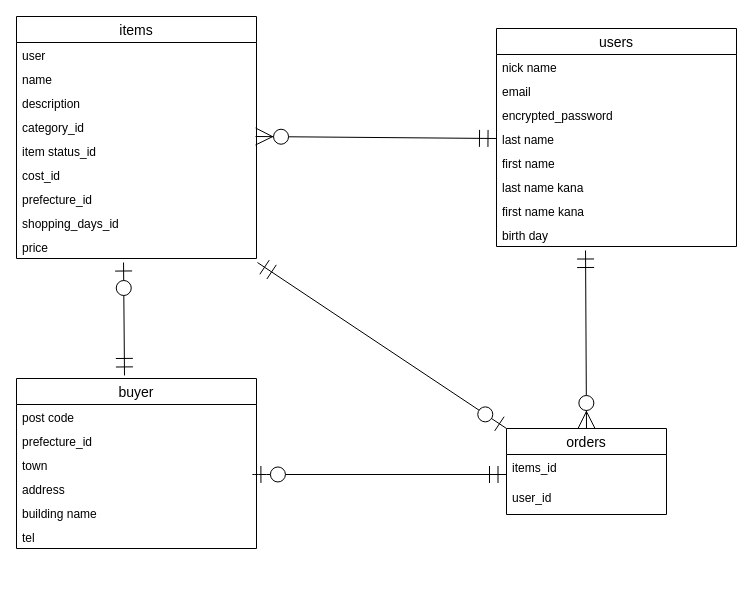
Before: frima.dio in Falendre/furima-39219, a draw.io diagram. Source tidied: cells renumbered, new cells numbered last; positions are measured from the earlier drawing's top-left corner, leaving out a move shared by most shapes. Both pictures are drawn from the tidied source at 100%, with x=0, y=0 at pixel (16, 16).
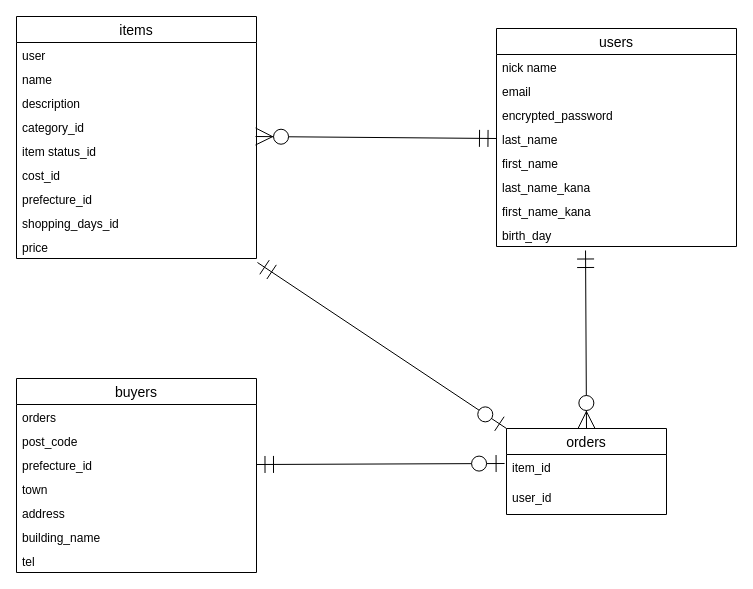
The same diagram, later.

Commit message (it also covers changes not shown here):
ER図　READEME修正２

The change refers to these unchanged cells:
```xml
<mxCell id="2" value="users" style="swimlane;fontStyle=0;horizontal=1;startSize=26;align=center;fontSize=14;" parent="1" vertex="1">
  <mxGeometry x="480" y="12" width="240" height="218" as="geometry" />
</mxCell>
<mxCell id="20" value="price" style="text;strokeColor=none;fillColor=none;spacingLeft=4;spacingRight=4;overflow=hidden;points=[[0,0.5],[1,0.5]];portConstraint=eastwest;fontSize=12;" parent="11" vertex="1">
  <mxGeometry y="218" width="240" height="24" as="geometry" />
</mxCell>
<mxCell id="28" value="orders" style="swimlane;fontStyle=0;horizontal=1;startSize=26;align=center;fontSize=14;" parent="1" vertex="1">
  <mxGeometry x="490" y="412" width="160" height="86" as="geometry" />
</mxCell>
```

What changed in the source:
```diff
@@
-    <mxCell id="6" value="last name" style="text;strokeColor=none;fillColor=none;spacingLeft=4;spacingRight=4;overflow=hidden;points=[[0,0.5],[1,0.5]];portConstraint=eastwest;fontSize=12;" parent="2" vertex="1">
+    <mxCell id="6" value="last_name" style="text;strokeColor=none;fillColor=none;spacingLeft=4;spacingRight=4;overflow=hidden;points=[[0,0.5],[1,0.5]];portConstraint=eastwest;fontSize=12;" parent="2" vertex="1">
       <mxGeometry y="98" width="240" height="24" as="geometry" />
     </mxCell>
-    <mxCell id="7" value="first name" style="text;strokeColor=none;fillColor=none;spacingLeft=4;spacingRight=4;overflow=hidden;fontSize=12;" parent="2" vertex="1">
+    <mxCell id="7" value="first_name" style="text;strokeColor=none;fillColor=none;spacingLeft=4;spacingRight=4;overflow=hidden;fontSize=12;" parent="2" vertex="1">
       <mxGeometry y="122" width="240" height="24" as="geometry" />
     </mxCell>
-    <mxCell id="8" value="last name kana" style="text;strokeColor=none;fillColor=none;spacingLeft=4;spacingRight=4;overflow=hidden;fontSize=12;" parent="2" vertex="1">
+    <mxCell id="8" value="last_name_kana" style="text;strokeColor=none;fillColor=none;spacingLeft=4;spacingRight=4;overflow=hidden;fontSize=12;" parent="2" vertex="1">
       <mxGeometry y="146" width="240" height="24" as="geometry" />
     </mxCell>
-    <mxCell id="9" value="first name kana" style="text;strokeColor=none;fillColor=none;spacingLeft=4;spacingRight=4;overflow=hidden;fontSize=12;" parent="2" vertex="1">
+    <mxCell id="9" value="first_name_kana" style="text;strokeColor=none;fillColor=none;spacingLeft=4;spacingRight=4;overflow=hidden;fontSize=12;" parent="2" vertex="1">
       <mxGeometry y="170" width="240" height="24" as="geometry" />
     </mxCell>
-    <mxCell id="10" value="birth day" style="text;strokeColor=none;fillColor=none;spacingLeft=4;spacingRight=4;overflow=hidden;points=[[0,0.5],[1,0.5]];portConstraint=eastwest;fontSize=12;" parent="2" vertex="1">
+    <mxCell id="10" value="birth_day" style="text;strokeColor=none;fillColor=none;spacingLeft=4;spacingRight=4;overflow=hidden;points=[[0,0.5],[1,0.5]];portConstraint=eastwest;fontSize=12;" parent="2" vertex="1">
       <mxGeometry y="194" width="240" height="24" as="geometry" />
     </mxCell>
@@
-    <mxCell id="21" value="buyer" style="swimlane;fontStyle=0;horizontal=1;startSize=26;align=center;fontSize=14;" parent="1" vertex="1">
-      <mxGeometry y="362" width="240" height="170" as="geometry" />
+    <mxCell id="21" value="buyers" style="swimlane;fontStyle=0;horizontal=1;startSize=26;align=center;fontSize=14;" parent="1" vertex="1">
+      <mxGeometry y="362" width="240" height="194" as="geometry" />
     </mxCell>
+    <mxCell id="36" value="orders" style="text;strokeColor=none;fillColor=none;spacingLeft=4;spacingRight=4;overflow=hidden;fontSize=12;" parent="21" vertex="1">
+      <mxGeometry y="26" width="240" height="24" as="geometry" />
+    </mxCell>
-    <mxCell id="22" value="post code" style="text;strokeColor=none;fillColor=none;spacingLeft=4;spacingRight=4;overflow=hidden;fontSize=12;" parent="21" vertex="1">
-      <mxGeometry y="26" width="240" height="24" as="geometry" />
+    <mxCell id="22" value="post_code" style="text;strokeColor=none;fillColor=none;spacingLeft=4;spacingRight=4;overflow=hidden;fontSize=12;" parent="21" vertex="1">
+      <mxGeometry y="50" width="240" height="24" as="geometry" />
     </mxCell>
     <mxCell id="23" value="prefecture_id" style="text;strokeColor=none;fillColor=none;spacingLeft=4;spacingRight=4;overflow=hidden;points=[[0,0.5],[1,0.5]];portConstraint=eastwest;fontSize=12;" parent="21" vertex="1">
-      <mxGeometry y="50" width="240" height="24" as="geometry" />
+      <mxGeometry y="74" width="240" height="24" as="geometry" />
     </mxCell>
     <mxCell id="24" value="town" style="text;strokeColor=none;fillColor=none;spacingLeft=4;spacingRight=4;overflow=hidden;fontSize=12;" parent="21" vertex="1">
-      <mxGeometry y="74" width="240" height="24" as="geometry" />
+      <mxGeometry y="98" width="240" height="24" as="geometry" />
     </mxCell>
     <mxCell id="25" value="address" style="text;strokeColor=none;fillColor=none;spacingLeft=4;spacingRight=4;overflow=hidden;points=[[0,0.5],[1,0.5]];portConstraint=eastwest;fontSize=12;" parent="21" vertex="1">
-      <mxGeometry y="98" width="240" height="24" as="geometry" />
+      <mxGeometry y="122" width="240" height="24" as="geometry" />
     </mxCell>
-    <mxCell id="26" value="building name" style="text;strokeColor=none;fillColor=none;spacingLeft=4;spacingRight=4;overflow=hidden;fontSize=12;" parent="21" vertex="1">
-      <mxGeometry y="122" width="240" height="24" as="geometry" />
+    <mxCell id="26" value="building_name" style="text;strokeColor=none;fillColor=none;spacingLeft=4;spacingRight=4;overflow=hidden;fontSize=12;" parent="21" vertex="1">
+      <mxGeometry y="146" width="240" height="24" as="geometry" />
     </mxCell>
     <mxCell id="27" value="tel" style="text;strokeColor=none;fillColor=none;spacingLeft=4;spacingRight=4;overflow=hidden;fontSize=12;" parent="21" vertex="1">
-      <mxGeometry y="146" width="240" height="24" as="geometry" />
+      <mxGeometry y="170" width="240" height="24" as="geometry" />
     </mxCell>
@@
-    <mxCell id="29" value="items_id" style="text;strokeColor=none;fillColor=none;spacingLeft=4;spacingRight=4;overflow=hidden;points=[[0,0.5],[1,0.5]];portConstraint=eastwest;fontSize=12;" parent="28" vertex="1">
+    <mxCell id="29" value="item_id" style="text;strokeColor=none;fillColor=none;spacingLeft=4;spacingRight=4;overflow=hidden;points=[[0,0.5],[1,0.5]];portConstraint=eastwest;fontSize=12;" parent="28" vertex="1">
       <mxGeometry y="26" width="160" height="30" as="geometry" />
     </mxCell>
@@
-    <mxCell id="34" style="fontSize=12;html=1;endArrow=ERzeroToOne;startArrow=ERmandOne;startSize=15;endSize=15;entryX=0.446;entryY=1.167;entryDx=0;entryDy=0;entryPerimeter=0;exitX=0.45;exitY=-0.018;exitDx=0;exitDy=0;exitPerimeter=0;" parent="1" edge="1" source="21" target="20">
-      <mxGeometry relative="1" as="geometry" />
-    </mxCell>
-    <mxCell id="35" style="fontSize=12;html=1;endArrow=ERzeroToOne;startArrow=ERmandOne;startSize=15;endSize=15;entryX=0.983;entryY=-0.083;entryDx=0;entryDy=0;entryPerimeter=0;" parent="1" edge="1" target="25">
-      <mxGeometry relative="1" as="geometry">
-        <mxPoint x="490" y="458" as="sourcePoint" />
-        <Array as="points">
-          <mxPoint x="240" y="458" />
-        </Array>
-      </mxGeometry>
-    </mxCell>
+    <mxCell id="37" style="fontSize=12;html=1;endArrow=ERzeroToOne;startArrow=ERmandOne;startSize=15;endSize=15;entryX=-0.012;entryY=0.3;entryDx=0;entryDy=0;exitX=1;exitY=0.5;exitDx=0;exitDy=0;entryPerimeter=0;" parent="1" edge="1" source="23" target="29">
+      <mxGeometry relative="1" as="geometry" />
+    </mxCell>
```
